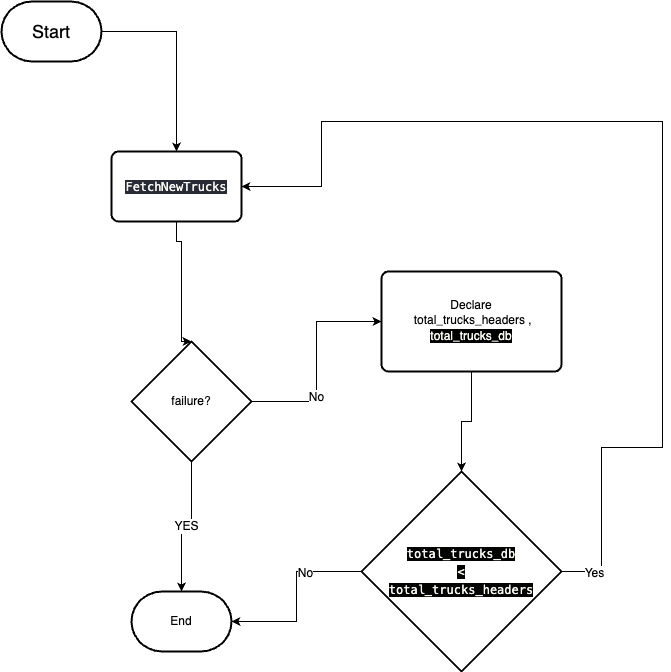
Before: diagrams/fetch_trucks_worker_diagram.png, a diagram exported from draw.io (MohamedAbdElMeged/Transportation-Management-System). Source tidied: cells renumbered, new cells last; positions are measured from the earlier drawing's top-left corner, leaving out a move shared by most shapes.
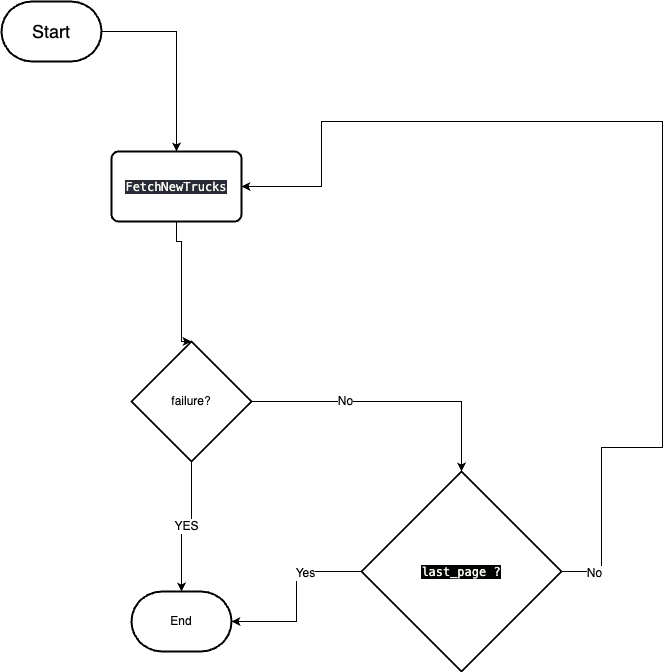
Above is the later version.

Commit message:
update flow charts

What changed in the source:
```diff
@@ -23,7 +23,7 @@
     <mxCell id="6" value="&lt;font style=&quot;font-size: 12px;&quot;&gt;YES&lt;/font&gt;" style="edgeStyle=orthogonalEdgeStyle;rounded=0;jettySize=auto;html=1;exitX=0.5;exitY=1;exitDx=0;exitDy=0;exitPerimeter=0;" parent="1" edge="1" source="9" target="10">
       <mxGeometry relative="1" as="geometry" />
     </mxCell>
-    <mxCell id="7" style="edgeStyle=orthogonalEdgeStyle;rounded=0;jettySize=auto;html=1;" parent="1" edge="1" source="9" target="12">
+    <mxCell id="7" style="edgeStyle=orthogonalEdgeStyle;rounded=0;jettySize=auto;html=1;entryX=0.5;entryY=0;entryDx=0;entryDy=0;entryPerimeter=0;" parent="1" edge="1" source="9" target="17">
       <mxGeometry relative="1" as="geometry" />
     </mxCell>
     <mxCell id="8" value="&lt;font color=&quot;#000000&quot; style=&quot;font-size: 12px; background-color: rgb(255, 255, 255);&quot;&gt;No&lt;/font&gt;" style="edgeLabel;html=1;align=center;verticalAlign=middle;" parent="7" vertex="1">
@@ -35,16 +35,10 @@
     <mxCell id="10" value="End" style="strokeWidth=2;html=1;shape=mxgraph.flowchart.terminator;whiteSpace=wrap;" parent="1" vertex="1">
       <mxGeometry x="130" y="590" width="100" height="60" as="geometry" />
     </mxCell>
-    <mxCell id="11" style="edgeStyle=orthogonalEdgeStyle;rounded=0;jettySize=auto;html=1;" parent="1" edge="1" source="12" target="17">
-      <mxGeometry relative="1" as="geometry" />
-    </mxCell>
-    <mxCell id="12" value="Declare&lt;br&gt;&amp;nbsp;total_trucks_headers ,&lt;br&gt;&lt;div style=&quot;color: rgb(248, 248, 242); line-height: 18px;&quot;&gt;&lt;span style=&quot;background-color: rgb(0, 0, 0);&quot;&gt;total_trucks_db&lt;/span&gt;&lt;/div&gt;" style="rounded=1;whiteSpace=wrap;html=1;absoluteArcSize=1;arcSize=14;strokeWidth=2;" parent="1" vertex="1">
-      <mxGeometry x="380" y="270" width="180" height="100" as="geometry" />
-    </mxCell>
     <mxCell id="13" style="edgeStyle=orthogonalEdgeStyle;rounded=0;jettySize=auto;html=1;entryX=1;entryY=0.5;entryDx=0;entryDy=0;entryPerimeter=0;" parent="1" edge="1" source="17" target="10">
       <mxGeometry relative="1" as="geometry" />
     </mxCell>
-    <mxCell id="14" value="&lt;font style=&quot;font-size: 12px;&quot;&gt;No&lt;/font&gt;" style="edgeLabel;html=1;align=center;verticalAlign=middle;" parent="13" vertex="1">
+    <mxCell id="14" value="&lt;span style=&quot;font-size: 12px;&quot;&gt;Yes&lt;/span&gt;" style="edgeLabel;html=1;align=center;verticalAlign=middle;" parent="13" vertex="1">
       <mxGeometry x="-0.37" y="1" relative="1" as="geometry" />
     </mxCell>
     <mxCell id="15" style="edgeStyle=orthogonalEdgeStyle;rounded=0;jettySize=auto;html=1;exitX=1;exitY=0.5;exitDx=0;exitDy=0;exitPerimeter=0;" parent="1" edge="1" source="17" target="5">
@@ -58,10 +52,10 @@
         </Array>
       </mxGeometry>
     </mxCell>
-    <mxCell id="16" value="&lt;font style=&quot;font-size: 12px;&quot;&gt;Yes&lt;/font&gt;" style="edgeLabel;html=1;align=center;verticalAlign=middle;" parent="15" vertex="1">
+    <mxCell id="16" value="&lt;font style=&quot;font-size: 12px;&quot;&gt;No&lt;br&gt;&lt;/font&gt;" style="edgeLabel;html=1;align=center;verticalAlign=middle;" parent="15" vertex="1">
       <mxGeometry x="-0.94" y="-1" relative="1" as="geometry" />
     </mxCell>
-    <mxCell id="17" value="&lt;div style=&quot;color: rgb(248, 248, 242); font-family: Menlo, Monaco, &amp;quot;Courier New&amp;quot;, monospace; line-height: 18px;&quot;&gt;&lt;span style=&quot;background-color: rgb(3, 3, 3);&quot;&gt;total_trucks_db&lt;/span&gt;&lt;/div&gt;&lt;div style=&quot;color: rgb(248, 248, 242); font-family: Menlo, Monaco, &amp;quot;Courier New&amp;quot;, monospace; line-height: 18px;&quot;&gt;&lt;span style=&quot;background-color: rgb(3, 3, 3);&quot;&gt;&amp;lt;&lt;/span&gt;&lt;/div&gt;&lt;div style=&quot;color: rgb(248, 248, 242); font-family: Menlo, Monaco, &amp;quot;Courier New&amp;quot;, monospace; line-height: 18px;&quot;&gt;&lt;div style=&quot;line-height: 18px;&quot;&gt;&lt;span style=&quot;background-color: rgb(3, 3, 3);&quot;&gt;total_trucks_headers&lt;/span&gt;&lt;/div&gt;&lt;/div&gt;" style="strokeWidth=2;html=1;shape=mxgraph.flowchart.decision;whiteSpace=wrap;" parent="1" vertex="1">
+    <mxCell id="17" value="&lt;div style=&quot;color: rgb(248, 248, 242); font-family: Menlo, Monaco, &amp;quot;Courier New&amp;quot;, monospace; line-height: 18px;&quot;&gt;&lt;span style=&quot;background-color: rgb(3, 3, 3);&quot;&gt;last_page ?&lt;/span&gt;&lt;/div&gt;" style="strokeWidth=2;html=1;shape=mxgraph.flowchart.decision;whiteSpace=wrap;" parent="1" vertex="1">
       <mxGeometry x="360" y="470" width="200" height="200" as="geometry" />
     </mxCell>
   </root>
```
